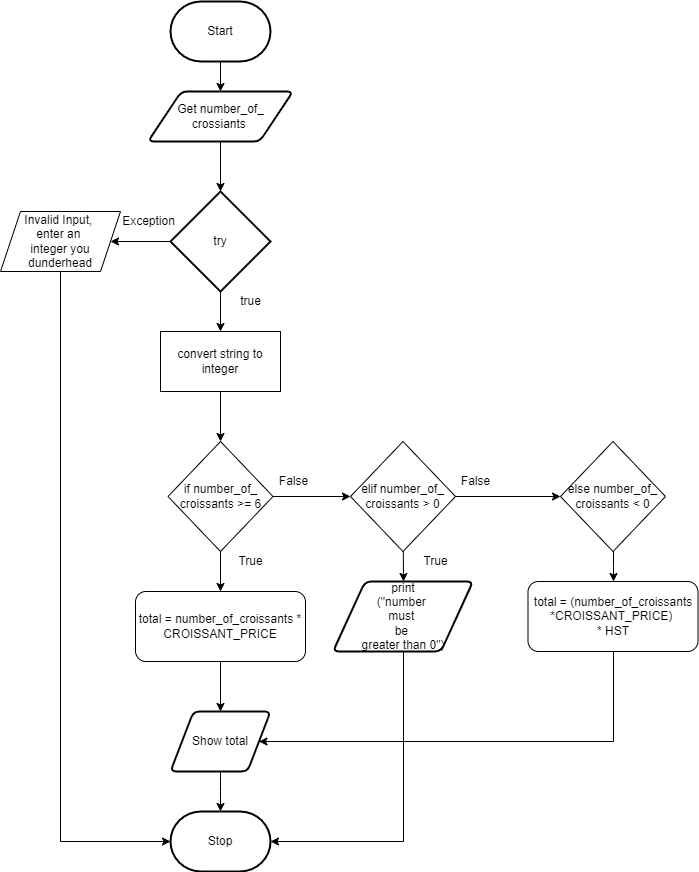
Before: flowchart.png, a diagram exported from draw.io (Huzaifa-Khalid-2/ICS3U-Assigment4-Python). Source tidied: cells renumbered, new cells last; positions are measured from the earlier drawing's top-left corner, leaving out a move shared by most shapes.
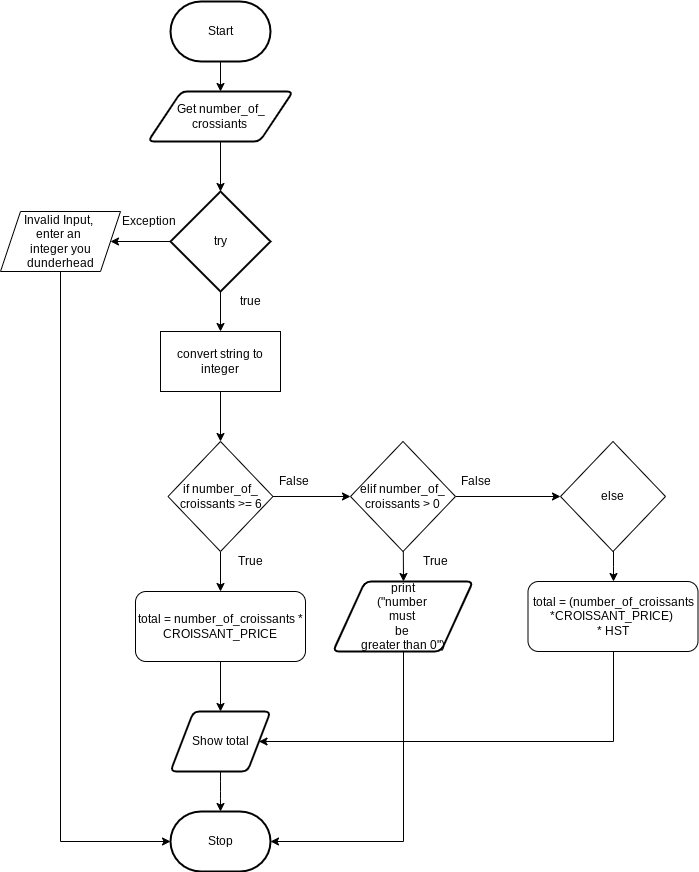
After the commit.

Change to the diagram source:
```diff
@@ -132,7 +132,7 @@
     <mxCell id="34" style="edgeStyle=elbowEdgeStyle;rounded=0;html=1;strokeColor=default;" parent="1" edge="1" source="35" target="30">
       <mxGeometry relative="1" as="geometry" />
     </mxCell>
-    <mxCell id="35" value="else number_of_&lt;br&gt;croissants &amp;lt; 0" style="rhombus;whiteSpace=wrap;html=1;direction=south;" parent="1" vertex="1">
+    <mxCell id="35" value="else" style="rhombus;whiteSpace=wrap;html=1;direction=south;" parent="1" vertex="1">
       <mxGeometry x="560" y="440" width="105" height="110" as="geometry" />
     </mxCell>
   </root>
```
